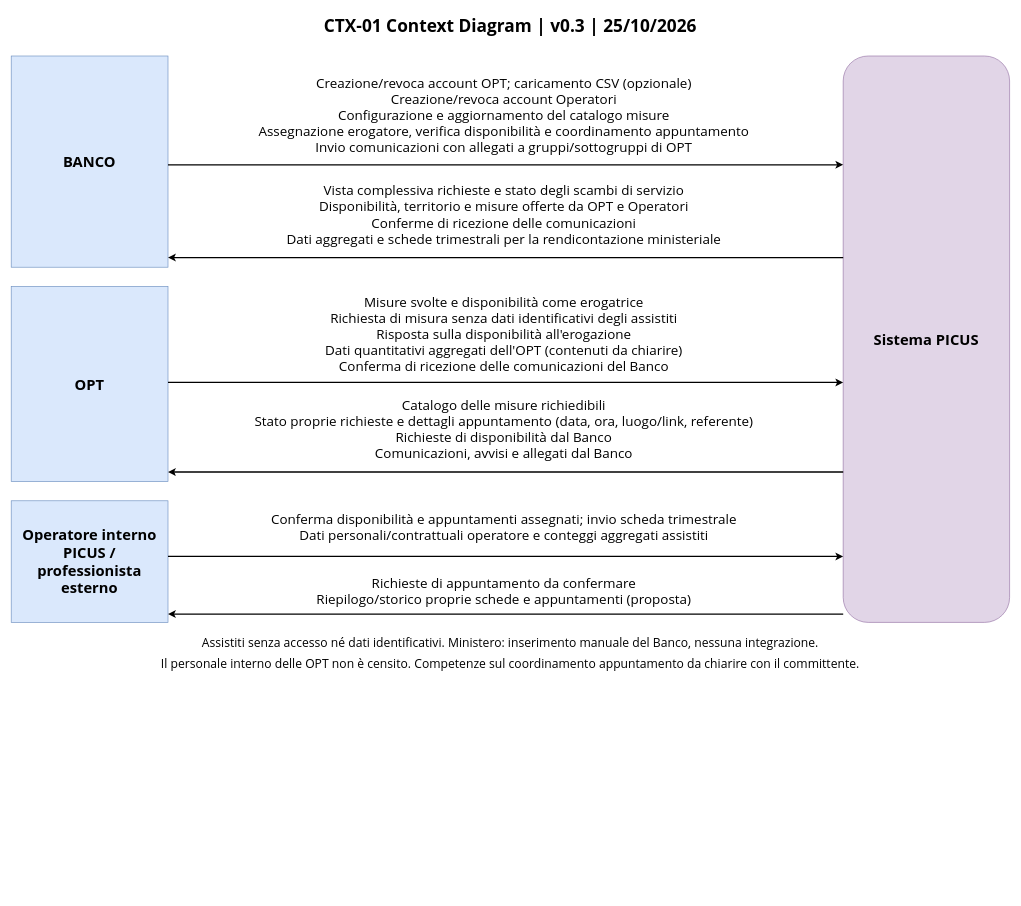
This is docs/requirements/diagrams/contesto/Context Diagram.drawio from Pinguini-alla-Fragola/Progetto-SAD, a draw.io file, before an edit. Source tidied: cells renumbered, new cells numbered last; positions are measured from the earlier drawing's top-left corner, leaving out a move shared by most shapes. Both pictures are drawn from the tidied source at 64%, with x=0, y=0 at pixel (11, 11).
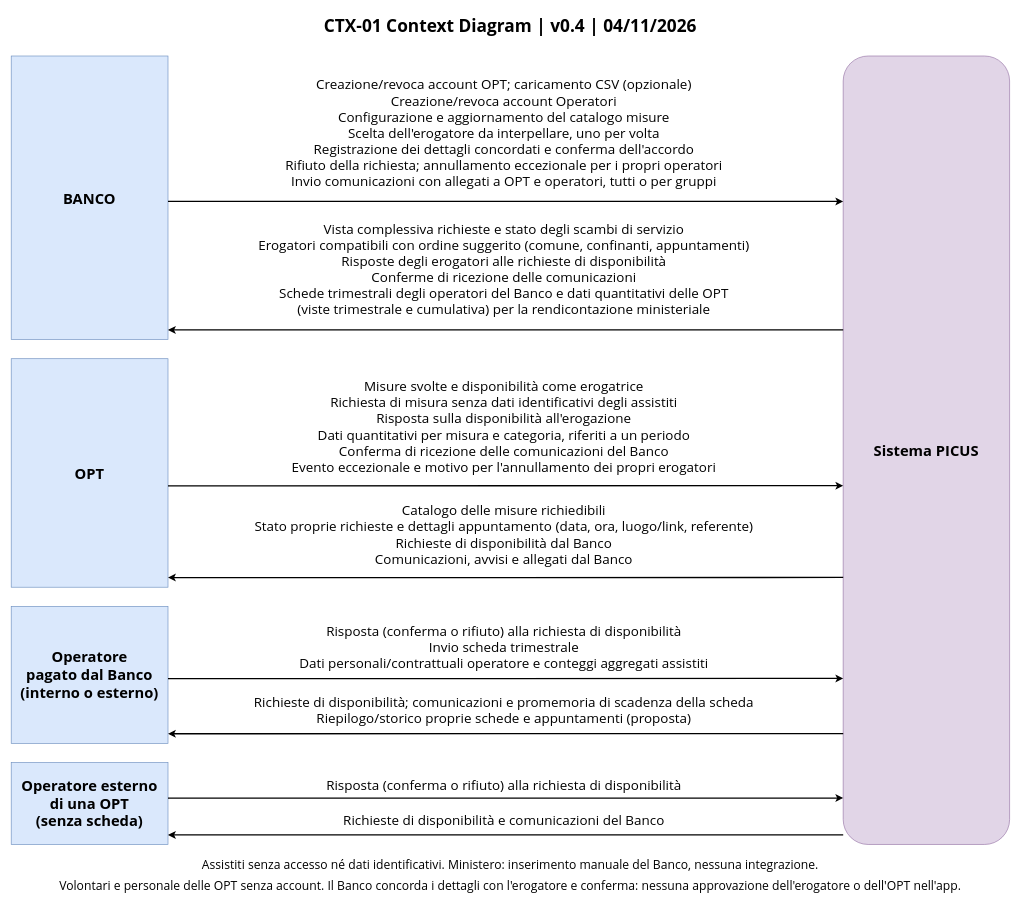
The same diagram, later.

Commit message (it also covers changes not shown here):
docs(contesto): aggiorna il context diagram al nuovo contesto (#62)

The edit, as a diff of the source:
```diff
@@
     <mxCell id="2" value="&lt;b&gt;BANCO&lt;/b&gt;" style="whiteSpace=wrap;html=1;align=center;verticalAlign=middle;fontFamily=Segoe UI;fontSize=23;fillColor=#dae8fc;strokeColor=#6c8ebf;" parent="1" vertex="1">
-      <mxGeometry y="70" width="245" height="330" as="geometry" />
+      <mxGeometry y="70" width="245" height="443" as="geometry" />
     </mxCell>
     <mxCell id="3" value="&lt;b&gt;OPT&lt;/b&gt;" style="whiteSpace=wrap;html=1;align=center;verticalAlign=middle;fontFamily=Segoe UI;fontSize=23;fillColor=#dae8fc;strokeColor=#6c8ebf;" parent="1" vertex="1">
-      <mxGeometry y="430" width="245" height="305" as="geometry" />
+      <mxGeometry y="543" width="245" height="357" as="geometry" />
     </mxCell>
-    <mxCell id="4" value="&lt;b&gt;Operatore interno&lt;br&gt;PICUS /&lt;br&gt;professionista&lt;br&gt;esterno&lt;/b&gt;" style="whiteSpace=wrap;html=1;align=center;verticalAlign=middle;fontFamily=Segoe UI;fontSize=23;fillColor=#dae8fc;strokeColor=#6c8ebf;" parent="1" vertex="1">
-      <mxGeometry y="765" width="245" height="190" as="geometry" />
+    <mxCell id="4" value="&lt;b&gt;Operatore&lt;br&gt;pagato dal Banco&lt;br&gt;(interno o esterno)&lt;/b&gt;" style="whiteSpace=wrap;html=1;align=center;verticalAlign=middle;fontFamily=Segoe UI;fontSize=23;fillColor=#dae8fc;strokeColor=#6c8ebf;" parent="1" vertex="1">
+      <mxGeometry y="930" width="245" height="214" as="geometry" />
     </mxCell>
+    <mxCell id="21" value="&lt;b&gt;Operatore esterno&lt;br&gt;di una OPT&lt;br&gt;(senza scheda)&lt;/b&gt;" style="whiteSpace=wrap;html=1;align=center;verticalAlign=middle;fontFamily=Segoe UI;fontSize=23;fillColor=#dae8fc;strokeColor=#6c8ebf;" parent="1" vertex="1">
+      <mxGeometry y="1174" width="245" height="128" as="geometry" />
+    </mxCell>
     <mxCell id="5" value="&lt;b&gt;Sistema PICUS&lt;/b&gt;" style="whiteSpace=wrap;html=1;align=center;verticalAlign=middle;fontFamily=Segoe UI;fontSize=23;fillColor=#e1d5e7;strokeColor=#9673a6;rounded=1;" parent="1" vertex="1">
-      <mxGeometry x="1300" y="70" width="260" height="885" as="geometry" />
+      <mxGeometry x="1300" y="70" width="260" height="1232" as="geometry" />
     </mxCell>
-    <mxCell id="6" value="CTX-01  Context Diagram  |  v0.3  |  25/10/2026" style="whiteSpace=wrap;html=1;align=center;verticalAlign=middle;fontFamily=Segoe UI;fontSize=23;fillColor=none;strokeColor=none;fontSize=27;fontStyle=1;" parent="1" vertex="1">
+    <mxCell id="6" value="CTX-01  Context Diagram  |  v0.4  |  04/11/2026" style="whiteSpace=wrap;html=1;align=center;verticalAlign=middle;fontFamily=Segoe UI;fontSize=23;fillColor=none;strokeColor=none;fontSize=27;fontStyle=1;" parent="1" vertex="1">
       <mxGeometry width="1560" height="45" as="geometry" />
     </mxCell>
-    <mxCell id="7" style="endArrow=classic;html=1;rounded=0;strokeWidth=2;exitX=1;exitY=0.5151515151515151;entryX=0;entryY=0.192090395480226;" parent="1" edge="1" source="2" target="5">
+    <mxCell id="7" style="endArrow=classic;html=1;rounded=0;strokeWidth=2;exitX=1;exitY=0.5130984643179766;entryX=0;entryY=0.18441558441558445;" parent="1" edge="1" source="2" target="5">
       <mxGeometry relative="1" as="geometry" />
     </mxCell>
-    <mxCell id="8" value="Creazione/revoca account OPT; caricamento CSV (opzionale)&lt;br&gt;Creazione/revoca account Operatori&lt;br&gt;Configurazione e aggiornamento del catalogo misure&lt;br&gt;Assegnazione erogatore, verifica disponibilità e coordinamento appuntamento&lt;br&gt;Invio comunicazioni con allegati a gruppi/sottogruppi di OPT" style="whiteSpace=wrap;html=1;align=center;verticalAlign=middle;fontFamily=Segoe UI;fontSize=23;fontSize=21;fillColor=none;strokeColor=none;" parent="1" vertex="1">
-      <mxGeometry x="260" y="90" width="1020" height="143" as="geometry" />
+    <mxCell id="8" value="Creazione/revoca account OPT; caricamento CSV (opzionale)&lt;br&gt;Creazione/revoca account Operatori&lt;br&gt;Configurazione e aggiornamento del catalogo misure&lt;br&gt;Scelta dell'erogatore da interpellare, uno per volta&lt;br&gt;Registrazione dei dettagli concordati e conferma dell'accordo&lt;br&gt;Rifiuto della richiesta; annullamento eccezionale per i propri operatori&lt;br&gt;Invio comunicazioni con allegati a OPT e operatori, tutti o per gruppi" style="whiteSpace=wrap;html=1;align=center;verticalAlign=middle;fontFamily=Segoe UI;fontSize=23;fontSize=21;fillColor=none;strokeColor=none;" parent="1" vertex="1">
+      <mxGeometry x="260" y="90" width="1020" height="200" as="geometry" />
     </mxCell>
-    <mxCell id="9" style="endArrow=classic;html=1;rounded=0;strokeWidth=2;exitX=0;exitY=0.3559322033898305;entryX=1;entryY=0.9545454545454546;" parent="1" edge="1" source="5" target="2">
+    <mxCell id="9" style="endArrow=classic;html=1;rounded=0;strokeWidth=2;exitX=0;exitY=0.3472402597402598;entryX=1;entryY=0.9661246612466124;" parent="1" edge="1" source="5" target="2">
       <mxGeometry relative="1" as="geometry" />
     </mxCell>
-    <mxCell id="10" value="Vista complessiva richieste e stato degli scambi di servizio&lt;br&gt;Disponibilità, territorio e misure offerte da OPT e Operatori&lt;br&gt;Conferme di ricezione delle comunicazioni&lt;br&gt;Dati aggregati e schede trimestrali per la rendicontazione ministeriale" style="whiteSpace=wrap;html=1;align=center;verticalAlign=middle;fontFamily=Segoe UI;fontSize=23;fontSize=21;fillColor=none;strokeColor=none;" parent="1" vertex="1">
-      <mxGeometry x="260" y="260" width="1020" height="116" as="geometry" />
+    <mxCell id="10" value="Vista complessiva richieste e stato degli scambi di servizio&lt;br&gt;Erogatori compatibili con ordine suggerito (comune, confinanti, appuntamenti)&lt;br&gt;Risposte degli erogatori alle richieste di disponibilità&lt;br&gt;Conferme di ricezione delle comunicazioni&lt;br&gt;Schede trimestrali degli operatori del Banco e dati quantitativi delle OPT&lt;br&gt;(viste trimestrale e cumulativa) per la rendicontazione ministeriale" style="whiteSpace=wrap;html=1;align=center;verticalAlign=middle;fontFamily=Segoe UI;fontSize=23;fontSize=21;fillColor=none;strokeColor=none;" parent="1" vertex="1">
+      <mxGeometry x="260" y="317" width="1020" height="172" as="geometry" />
     </mxCell>
-    <mxCell id="11" style="endArrow=classic;html=1;rounded=0;strokeWidth=2;exitX=1;exitY=0.4918032786885246;entryX=0;entryY=0.576271186440678;" parent="1" edge="1" source="3" target="5">
+    <mxCell id="11" style="endArrow=classic;html=1;rounded=0;strokeWidth=2;exitX=1;exitY=0.5563025210084034;entryX=0;entryY=0.5449675324675325;" parent="1" edge="1" source="3" target="5">
       <mxGeometry relative="1" as="geometry" />
     </mxCell>
-    <mxCell id="12" value="Misure svolte e disponibilità come erogatrice&lt;br&gt;Richiesta di misura senza dati identificativi degli assistiti&lt;br&gt;Risposta sulla disponibilità all'erogazione&lt;br&gt;Dati quantitativi aggregati dell'OPT (contenuti da chiarire)&lt;br&gt;Conferma di ricezione delle comunicazioni del Banco" style="whiteSpace=wrap;html=1;align=center;verticalAlign=middle;fontFamily=Segoe UI;fontSize=23;fontSize=21;fillColor=none;strokeColor=none;" parent="1" vertex="1">
-      <mxGeometry x="260" y="432" width="1020" height="143" as="geometry" />
+    <mxCell id="12" value="Misure svolte e disponibilità come erogatrice&lt;br&gt;Richiesta di misura senza dati identificativi degli assistiti&lt;br&gt;Risposta sulla disponibilità all'erogazione&lt;br&gt;Dati quantitativi per misura e categoria, riferiti a un periodo&lt;br&gt;Conferma di ricezione delle comunicazioni del Banco&lt;br&gt;Evento eccezionale e motivo per l'annullamento dei propri erogatori" style="whiteSpace=wrap;html=1;align=center;verticalAlign=middle;fontFamily=Segoe UI;fontSize=23;fontSize=21;fillColor=none;strokeColor=none;" parent="1" vertex="1">
+      <mxGeometry x="260" y="563" width="1020" height="172" as="geometry" />
     </mxCell>
-    <mxCell id="13" style="endArrow=classic;html=1;rounded=0;strokeWidth=2;exitX=0;exitY=0.7344632768361582;entryX=1;entryY=0.9508196721311475;" parent="1" edge="1" source="5" target="3">
+    <mxCell id="13" style="endArrow=classic;html=1;rounded=0;strokeWidth=2;exitX=0;exitY=0.6613636363636364;entryX=1;entryY=0.957983193277311;" parent="1" edge="1" source="5" target="3">
       <mxGeometry relative="1" as="geometry" />
     </mxCell>
     <mxCell id="14" value="Catalogo delle misure richiedibili&lt;br&gt;Stato proprie richieste e dettagli appuntamento (data, ora, luogo/link, referente)&lt;br&gt;Richieste di disponibilità dal Banco&lt;br&gt;Comunicazioni, avvisi e allegati dal Banco" style="whiteSpace=wrap;html=1;align=center;verticalAlign=middle;fontFamily=Segoe UI;fontSize=23;fontSize=21;fillColor=none;strokeColor=none;" parent="1" vertex="1">
-      <mxGeometry x="260" y="595" width="1020" height="116" as="geometry" />
+      <mxGeometry x="260" y="761" width="1020" height="114" as="geometry" />
     </mxCell>
-    <mxCell id="15" style="endArrow=classic;html=1;rounded=0;strokeWidth=2;exitX=1;exitY=0.45789473684210524;entryX=0;entryY=0.8836158192090395;" parent="1" edge="1" source="4" target="5">
+    <mxCell id="15" style="endArrow=classic;html=1;rounded=0;strokeWidth=2;exitX=1;exitY=0.5271028037383177;entryX=0;entryY=0.789448051948052;" parent="1" edge="1" source="4" target="5">
       <mxGeometry relative="1" as="geometry" />
     </mxCell>
-    <mxCell id="16" value="Conferma disponibilità e appuntamenti assegnati; invio scheda trimestrale&lt;br&gt;Dati personali/contrattuali operatore e conteggi aggregati assistiti" style="whiteSpace=wrap;html=1;align=center;verticalAlign=middle;fontFamily=Segoe UI;fontSize=23;fontSize=21;fillColor=none;strokeColor=none;" parent="1" vertex="1">
-      <mxGeometry x="260" y="775" width="1020" height="62" as="geometry" />
+    <mxCell id="16" value="Risposta (conferma o rifiuto) alla richiesta di disponibilità&lt;br&gt;Invio scheda trimestrale&lt;br&gt;Dati personali/contrattuali operatore e conteggi aggregati assistiti" style="whiteSpace=wrap;html=1;align=center;verticalAlign=middle;fontFamily=Segoe UI;fontSize=23;fontSize=21;fillColor=none;strokeColor=none;" parent="1" vertex="1">
+      <mxGeometry x="260" y="950" width="1020" height="86" as="geometry" />
     </mxCell>
-    <mxCell id="17" style="endArrow=classic;html=1;rounded=0;strokeWidth=2;exitX=0;exitY=0.9853107344632769;entryX=1;entryY=0.9315789473684211;" parent="1" edge="1" source="5" target="4">
+    <mxCell id="17" style="endArrow=classic;html=1;rounded=0;strokeWidth=2;exitX=0;exitY=0.8594155844155845;entryX=1;entryY=0.9299065420560748;" parent="1" edge="1" source="5" target="4">
       <mxGeometry relative="1" as="geometry" />
     </mxCell>
-    <mxCell id="18" value="Richieste di appuntamento da confermare&lt;br&gt;Riepilogo/storico proprie schede e appuntamenti (proposta)" style="whiteSpace=wrap;html=1;align=center;verticalAlign=middle;fontFamily=Segoe UI;fontSize=23;fontSize=21;fillColor=none;strokeColor=none;" parent="1" vertex="1">
-      <mxGeometry x="260" y="875" width="1020" height="62" as="geometry" />
+    <mxCell id="18" value="Richieste di disponibilità; comunicazioni e promemoria di scadenza della scheda&lt;br&gt;Riepilogo/storico proprie schede e appuntamenti (proposta)" style="whiteSpace=wrap;html=1;align=center;verticalAlign=middle;fontFamily=Segoe UI;fontSize=23;fontSize=21;fillColor=none;strokeColor=none;" parent="1" vertex="1">
+      <mxGeometry x="260" y="1063" width="1020" height="57" as="geometry" />
     </mxCell>
+    <mxCell id="22" style="endArrow=classic;html=1;rounded=0;strokeWidth=2;exitX=1;exitY=0.4336973478939157;entryX=0;entryY=0.9410714285714287;" parent="1" edge="1" source="21" target="5">
+      <mxGeometry relative="1" as="geometry" />
+    </mxCell>
+    <mxCell id="23" value="Risposta (conferma o rifiuto) alla richiesta di disponibilità" style="whiteSpace=wrap;html=1;align=center;verticalAlign=middle;fontFamily=Segoe UI;fontSize=23;fontSize=21;fillColor=none;strokeColor=none;" parent="1" vertex="1">
+      <mxGeometry x="260" y="1194" width="1020" height="29" as="geometry" />
+    </mxCell>
+    <mxCell id="24" style="endArrow=classic;html=1;rounded=0;strokeWidth=2;exitX=0;exitY=0.9878246753246753;entryX=1;entryY=0.8829953198127923;" parent="1" edge="1" source="5" target="21">
+      <mxGeometry relative="1" as="geometry" />
+    </mxCell>
+    <mxCell id="25" value="Richieste di disponibilità e comunicazioni del Banco" style="whiteSpace=wrap;html=1;align=center;verticalAlign=middle;fontFamily=Segoe UI;fontSize=23;fontSize=21;fillColor=none;strokeColor=none;" parent="1" vertex="1">
+      <mxGeometry x="260" y="1249" width="1020" height="29" as="geometry" />
+    </mxCell>
     <mxCell id="19" value="Assistiti senza accesso né dati identificativi. Ministero: inserimento manuale del Banco, nessuna integrazione." style="whiteSpace=wrap;html=1;align=center;verticalAlign=middle;fontFamily=Segoe UI;fontSize=23;fontSize=19;fillColor=none;strokeColor=none;" parent="1" vertex="1">
-      <mxGeometry y="972" width="1560" height="30" as="geometry" />
+      <mxGeometry y="1319" width="1560" height="30" as="geometry" />
     </mxCell>
-    <mxCell id="20" value="Il personale interno delle OPT non è censito. Competenze sul coordinamento appuntamento da chiarire con il committente." style="whiteSpace=wrap;html=1;align=center;verticalAlign=middle;fontFamily=Segoe UI;fontSize=23;fontSize=19;fillColor=none;strokeColor=none;" parent="1" vertex="1">
-      <mxGeometry y="1004" width="1560" height="30" as="geometry" />
+    <mxCell id="20" value="Volontari e personale delle OPT senza account. Il Banco concorda i dettagli con l'erogatore e conferma: nessuna approvazione dell'erogatore o dell'OPT nell'app." style="whiteSpace=wrap;html=1;align=center;verticalAlign=middle;fontFamily=Segoe UI;fontSize=23;fontSize=19;fillColor=none;strokeColor=none;" parent="1" vertex="1">
+      <mxGeometry y="1351" width="1560" height="30" as="geometry" />
     </mxCell>
```
